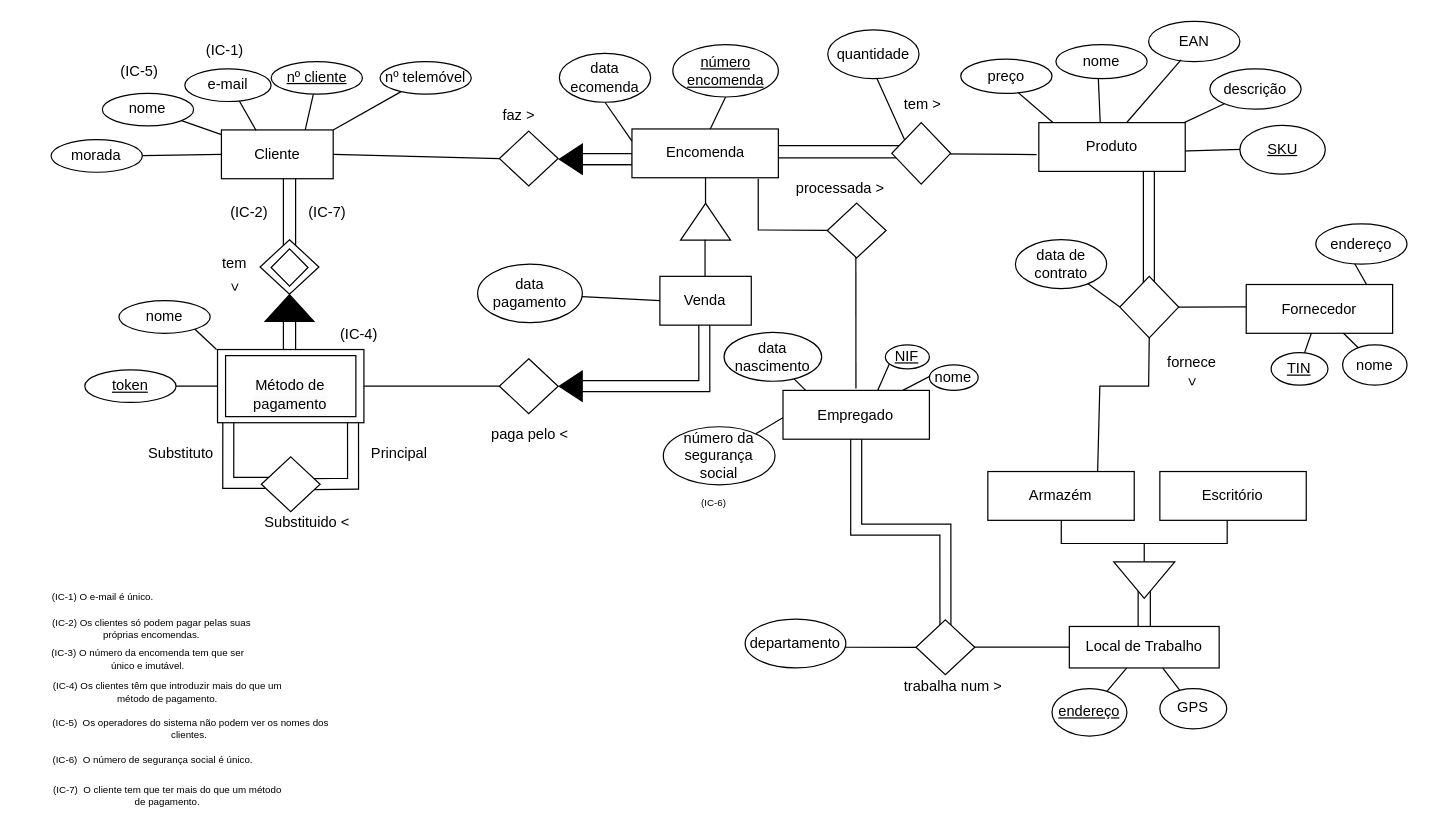
SamuelGoncalves8/Bd-project keeps this draw.io diagram as Diagrama sem nome.drawio. Above is the earlier version. Source tidied: cells renumbered, new cells numbered last; positions are measured from the earlier drawing's top-left corner, leaving out a move shared by most shapes. Both pictures are drawn from the tidied source at 122%, with x=0, y=0 at pixel (21, 21).
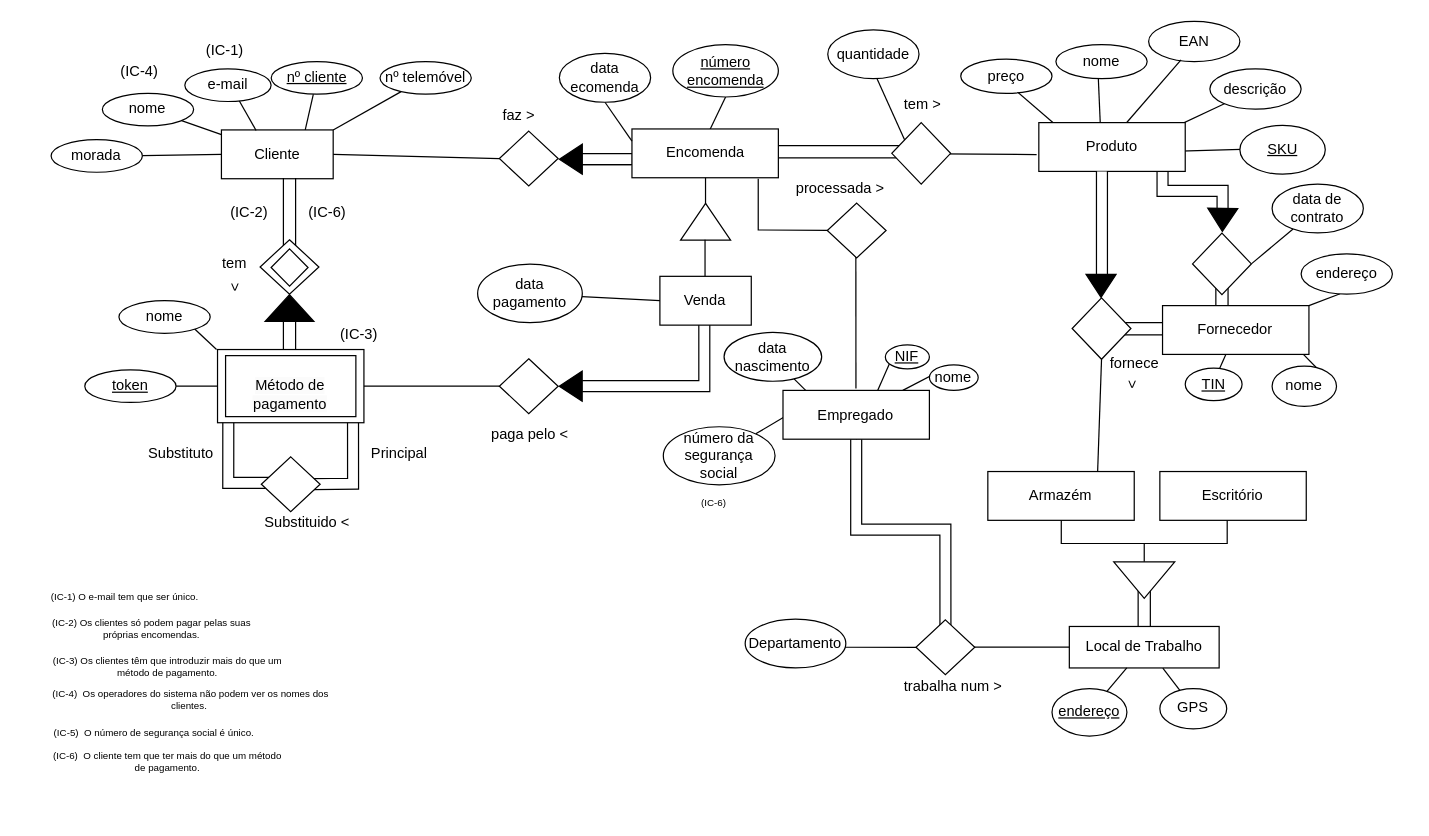
The same page after the edit.

The change refers to these unchanged cells:
```xml
<mxCell id="73" value="Armazém" style="rounded=0;whiteSpace=wrap;html=1;" parent="1" vertex="1">
  <mxGeometry x="792.2" y="369" width="120" height="40" as="geometry" />
</mxCell>
<mxCell id="122" value="Produto" style="rounded=0;whiteSpace=wrap;html=1;" parent="1" vertex="1">
  <mxGeometry x="834" y="83" width="120" height="40" as="geometry" />
</mxCell>
```

Diff of the diagram source:
```diff
@@
+    <mxCell id="130" style="shape=filledEdge;curved=0;rounded=0;fixDash=1;endArrow=none;strokeWidth=10;fillColor=#ffffff;edgeStyle=orthogonalEdgeStyle;html=1;entryX=0.845;entryY=0.944;entryDx=0;entryDy=0;entryPerimeter=0;" parent="1" edge="1" source="136" target="122">
+      <mxGeometry relative="1" as="geometry">
+        <Array as="points">
+          <mxPoint x="985" y="139" />
+          <mxPoint x="935" y="139" />
+        </Array>
+      </mxGeometry>
+    </mxCell>
+    <mxCell id="131" style="shape=partialRectangle;whiteSpace=wrap;html=1;left=0;right=0;fillColor=none;rotation=0;" parent="1" vertex="1">
+      <mxGeometry x="900" y="247" width="60" height="10" as="geometry" />
+    </mxCell>
+    <mxCell id="132" style="shape=partialRectangle;whiteSpace=wrap;html=1;left=0;right=0;fillColor=none;rotation=90;" parent="1" vertex="1">
+      <mxGeometry x="954.1" y="207" width="60" height="10" as="geometry" />
+    </mxCell>
+    <mxCell id="71" style="endArrow=none;html=1;rounded=0;entryX=0.952;entryY=0.97;entryDx=0;entryDy=0;entryPerimeter=0;exitX=0.743;exitY=0.127;exitDx=0;exitDy=0;exitPerimeter=0;" parent="1" edge="1" source="69" target="66">
+      <mxGeometry relative="1" as="geometry" />
+    </mxCell>
@@
-    <mxCell id="14" style="endArrow=none;html=1;rounded=0;entryX=0.834;entryY=0.064;entryDx=0;entryDy=0;entryPerimeter=0;exitX=0.427;exitY=0.991;exitDx=0;exitDy=0;exitPerimeter=0;" parent="1" edge="1" source="101" target="66">
+    <mxCell id="14" style="endArrow=none;html=1;rounded=0;entryX=1;entryY=0;entryDx=0;entryDy=0;exitX=0.427;exitY=0.991;exitDx=0;exitDy=0;exitPerimeter=0;" parent="1" edge="1" source="101" target="66">
       <mxGeometry relative="1" as="geometry" />
     </mxCell>
-    <mxCell id="15" style="shape=filledEdge;curved=0;rounded=0;fixDash=1;endArrow=none;strokeWidth=10;fillColor=#ffffff;edgeStyle=orthogonalEdgeStyle;html=1;entryX=0.493;entryY=0.065;entryDx=0;entryDy=0;entryPerimeter=0;" parent="1" edge="1" source="122" target="92">
-      <mxGeometry relative="1" as="geometry">
-        <Array as="points">
-          <mxPoint x="924" y="229" />
-        </Array>
-      </mxGeometry>
-    </mxCell>
@@
-    <mxCell id="42" value="&lt;div&gt;&lt;font style=&quot;font-size: 12px;&quot;&gt;(IC-4)&lt;/font&gt;&lt;/div&gt;" style="text;html=1;strokeColor=none;fillColor=none;align=center;verticalAlign=middle;whiteSpace=wrap;rounded=0;fontSize=8;" parent="1" vertex="1">
+    <mxCell id="42" value="&lt;div&gt;&lt;font style=&quot;font-size: 12px;&quot;&gt;(IC-3)&lt;/font&gt;&lt;/div&gt;" style="text;html=1;strokeColor=none;fillColor=none;align=center;verticalAlign=middle;whiteSpace=wrap;rounded=0;fontSize=8;" parent="1" vertex="1">
       <mxGeometry x="244.9" y="241" width="64.2" height="32" as="geometry" />
     </mxCell>
@@
     <mxCell id="66" value="Fornecedor" style="rounded=0;whiteSpace=wrap;html=1;" parent="1" vertex="1">
-      <mxGeometry x="1004" y="215.7" width="120" height="40" as="geometry" />
+      <mxGeometry x="935.4" y="233" width="120" height="40" as="geometry" />
     </mxCell>
-    <mxCell id="67" style="endArrow=none;html=1;rounded=0;exitX=1;exitY=0.5;exitDx=0;exitDy=0;" parent="1" edge="1" source="92">
-      <mxGeometry relative="1" as="geometry">
-        <mxPoint x="1004" y="234" as="targetPoint" />
-      </mxGeometry>
-    </mxCell>
     <mxCell id="68" value="&lt;div&gt;&amp;nbsp;fornece&lt;/div&gt;" style="text;html=1;strokeColor=none;fillColor=none;align=center;verticalAlign=middle;whiteSpace=wrap;rounded=0;rotation=0;" parent="1" vertex="1">
-      <mxGeometry x="928" y="265" width="60" height="30" as="geometry" />
+      <mxGeometry x="881.3" y="266" width="60" height="30" as="geometry" />
     </mxCell>
     <mxCell id="69" value="nome" style="ellipse;whiteSpace=wrap;html=1;" parent="1" vertex="1">
-      <mxGeometry x="1083" y="265.2" width="52.8" height="33" as="geometry" />
+      <mxGeometry x="1025.2" y="282.6" width="52.8" height="33" as="geometry" />
     </mxCell>
     <mxCell id="70" value="TIN" style="ellipse;whiteSpace=wrap;html=1;fontStyle=4;" parent="1" vertex="1">
-      <mxGeometry x="1024.4" y="271.5" width="46.6" height="26.7" as="geometry" />
+      <mxGeometry x="954" y="284.2" width="46.6" height="26.7" as="geometry" />
     </mxCell>
-    <mxCell id="71" style="endArrow=none;html=1;rounded=0;" parent="1" edge="1" source="69" target="66">
-      <mxGeometry relative="1" as="geometry" />
-    </mxCell>
@@
     <mxCell id="74" value="data de contrato" style="ellipse;whiteSpace=wrap;html=1;" parent="1" vertex="1">
-      <mxGeometry x="814.8" y="179" width="74.8" height="40" as="geometry" />
+      <mxGeometry x="1025.2" y="133.4" width="74.8" height="40" as="geometry" />
     </mxCell>
-    <mxCell id="75" style="endArrow=none;html=1;rounded=0;entryX=0;entryY=0.5;entryDx=0;entryDy=0;" parent="1" edge="1" source="74" target="92">
+    <mxCell id="75" style="endArrow=none;html=1;rounded=0;entryX=1;entryY=0.5;entryDx=0;entryDy=0;" parent="1" edge="1" source="74" target="92">
       <mxGeometry relative="1" as="geometry" />
     </mxCell>
@@
-    <mxCell id="77" value="&lt;div&gt;(IC-1) O e-mail é único.&lt;/div&gt;" style="text;html=1;strokeColor=none;fillColor=none;align=center;verticalAlign=middle;whiteSpace=wrap;rounded=0;fontSize=8;" parent="1" vertex="1">
-      <mxGeometry y="457" width="134" height="30" as="geometry" />
+    <mxCell id="77" value="&lt;div&gt;(IC-1) O e-mail tem que ser único.&lt;/div&gt;" style="text;html=1;strokeColor=none;fillColor=none;align=center;verticalAlign=middle;whiteSpace=wrap;rounded=0;fontSize=8;" parent="1" vertex="1">
+      <mxGeometry x="18" y="457" width="134" height="30" as="geometry" />
     </mxCell>
-    <mxCell id="78" value="&lt;div&gt;(IC-5)&amp;nbsp; Os operadores do sistema não podem ver os nomes dos clientes.&amp;nbsp;&lt;/div&gt;" style="text;html=1;strokeColor=none;fillColor=none;align=center;verticalAlign=middle;whiteSpace=wrap;rounded=0;fontSize=8;" parent="1" vertex="1">
-      <mxGeometry x="22.6" y="565" width="232" height="30" as="geometry" />
+    <mxCell id="78" value="&lt;div&gt;(IC-4)&amp;nbsp; Os operadores do sistema não podem ver os nomes dos clientes.&amp;nbsp;&lt;/div&gt;" style="text;html=1;strokeColor=none;fillColor=none;align=center;verticalAlign=middle;whiteSpace=wrap;rounded=0;fontSize=8;" parent="1" vertex="1">
+      <mxGeometry x="22.6" y="541" width="232" height="30" as="geometry" />
     </mxCell>
-    <mxCell id="79" value="&lt;div&gt;(IC-4) Os clientes têm que introduzir mais do que um método de pagamento.&lt;/div&gt;" style="text;html=1;strokeColor=none;fillColor=none;align=center;verticalAlign=middle;whiteSpace=wrap;rounded=0;fontSize=8;" parent="1" vertex="1">
-      <mxGeometry x="23" y="535" width="193.5" height="30" as="geometry" />
+    <mxCell id="79" value="&lt;div&gt;(IC-3) Os clientes têm que introduzir mais do que um método de pagamento.&lt;/div&gt;" style="text;html=1;strokeColor=none;fillColor=none;align=center;verticalAlign=middle;whiteSpace=wrap;rounded=0;fontSize=8;" parent="1" vertex="1">
+      <mxGeometry x="23" y="514" width="193.5" height="30" as="geometry" />
     </mxCell>
-    <mxCell id="80" value="&lt;div&gt;(IC-3) O número da encomenda tem que ser único e imutável.&lt;/div&gt;" style="text;html=1;strokeColor=none;fillColor=none;align=center;verticalAlign=middle;whiteSpace=wrap;rounded=0;fontSize=8;" parent="1" vertex="1">
-      <mxGeometry x="13.8" y="508" width="180" height="30" as="geometry" />
-    </mxCell>
@@
-    <mxCell id="82" value="&lt;div&gt;(IC-6)&amp;nbsp; O número de segurança social é único.&lt;/div&gt;" style="text;html=1;strokeColor=none;fillColor=none;align=center;verticalAlign=middle;whiteSpace=wrap;rounded=0;fontSize=8;" parent="1" vertex="1">
-      <mxGeometry x="11" y="590" width="193.5" height="30" as="geometry" />
+    <mxCell id="82" value="&lt;div&gt;(IC-5)&amp;nbsp; O número de segurança social é único.&lt;/div&gt;" style="text;html=1;strokeColor=none;fillColor=none;align=center;verticalAlign=middle;whiteSpace=wrap;rounded=0;fontSize=8;" parent="1" vertex="1">
+      <mxGeometry x="12" y="568" width="193.5" height="30" as="geometry" />
     </mxCell>
@@
-    <mxCell id="92" style="rhombus;whiteSpace=wrap;html=1;" parent="1" vertex="1">
-      <mxGeometry x="900.4" y="209" width="48.2" height="50.4" as="geometry" />
-    </mxCell>
@@
     <mxCell id="101" value="endereço" style="ellipse;whiteSpace=wrap;html=1;" parent="1" vertex="1">
-      <mxGeometry x="1061" y="166" width="74.8" height="33" as="geometry" />
+      <mxGeometry x="1049" y="190.6" width="74.8" height="33" as="geometry" />
     </mxCell>
@@
-    <mxCell id="116" value="departamento" style="ellipse;whiteSpace=wrap;html=1;" parent="1" vertex="1">
+    <mxCell id="116" value="Departamento" style="ellipse;whiteSpace=wrap;html=1;" parent="1" vertex="1">
       <mxGeometry x="593.3" y="490" width="82.5" height="40" as="geometry" />
     </mxCell>
@@
-    <mxCell id="123" value="&lt;div&gt;&lt;font style=&quot;font-size: 12px;&quot;&gt;(IC-5)&lt;/font&gt;&lt;/div&gt;" style="text;html=1;strokeColor=none;fillColor=none;align=center;verticalAlign=middle;whiteSpace=wrap;rounded=0;fontSize=8;" parent="1" vertex="1">
+    <mxCell id="123" value="&lt;div&gt;&lt;font style=&quot;font-size: 12px;&quot;&gt;(IC-4)&lt;/font&gt;&lt;/div&gt;" style="text;html=1;strokeColor=none;fillColor=none;align=center;verticalAlign=middle;whiteSpace=wrap;rounded=0;fontSize=8;" parent="1" vertex="1">
       <mxGeometry x="66.8" y="25.5" width="60" height="30" as="geometry" />
     </mxCell>
@@
-    <mxCell id="125" style="endArrow=none;html=1;rounded=0;exitX=0.5;exitY=1;exitDx=0;exitDy=0;entryX=0.75;entryY=0;entryDx=0;entryDy=0;" parent="1" edge="1" source="92" target="73">
-      <mxGeometry relative="1" as="geometry">
-        <Array as="points">
-          <mxPoint x="924" y="299" />
-          <mxPoint x="884" y="299" />
-        </Array>
-      </mxGeometry>
-    </mxCell>
     <mxCell id="126" value="&amp;lt;" style="text;html=1;strokeColor=none;fillColor=none;align=center;verticalAlign=middle;whiteSpace=wrap;rounded=0;rotation=-90;" parent="1" vertex="1">
-      <mxGeometry x="930.6" y="281.3" width="60" height="30" as="geometry" />
+      <mxGeometry x="880.3" y="282.6" width="60" height="30" as="geometry" />
     </mxCell>
@@
-    <mxCell id="128" value="(IC-7)" style="text;html=1;strokeColor=none;fillColor=none;align=center;verticalAlign=middle;whiteSpace=wrap;rounded=0;rotation=0;" parent="1" vertex="1">
+    <mxCell id="128" value="(IC-6)" style="text;html=1;strokeColor=none;fillColor=none;align=center;verticalAlign=middle;whiteSpace=wrap;rounded=0;rotation=0;" parent="1" vertex="1">
       <mxGeometry x="220.8" y="141.6" width="60" height="30" as="geometry" />
     </mxCell>
-    <mxCell id="129" value="&lt;div&gt;(IC-7)&amp;nbsp; O cliente tem que ter mais do que um método de pagamento.&lt;/div&gt;" style="text;html=1;strokeColor=none;fillColor=none;align=center;verticalAlign=middle;whiteSpace=wrap;rounded=0;fontSize=8;" parent="1" vertex="1">
-      <mxGeometry x="22.6" y="620" width="193.5" height="30" as="geometry" />
+    <mxCell id="129" value="&lt;div&gt;(IC-6)&amp;nbsp; O cliente tem que ter mais do que um método de pagamento.&lt;/div&gt;" style="text;html=1;strokeColor=none;fillColor=none;align=center;verticalAlign=middle;whiteSpace=wrap;rounded=0;fontSize=8;" parent="1" vertex="1">
+      <mxGeometry x="22.6" y="592" width="193.5" height="30" as="geometry" />
     </mxCell>
+    <mxCell id="92" style="rhombus;whiteSpace=wrap;html=1;" parent="1" vertex="1">
+      <mxGeometry x="960" y="173.6" width="48.2" height="50.4" as="geometry" />
+    </mxCell>
+    <mxCell id="133" style="shape=filledEdge;curved=0;rounded=0;fixDash=1;endArrow=none;strokeWidth=10;fillColor=#ffffff;edgeStyle=orthogonalEdgeStyle;html=1;" parent="1" edge="1" source="122" target="135">
+      <mxGeometry relative="1" as="geometry">
+        <Array as="points">
+          <mxPoint x="884" y="119" />
+          <mxPoint x="884" y="119" />
+        </Array>
+      </mxGeometry>
+    </mxCell>
+    <mxCell id="134" style="rhombus;whiteSpace=wrap;html=1;" parent="1" vertex="1">
+      <mxGeometry x="861.3" y="226.6" width="48.2" height="50.4" as="geometry" />
+    </mxCell>
+    <mxCell id="135" style="triangle;whiteSpace=wrap;html=1;rotation=90;fillColor=#000000;" parent="1" vertex="1">
+      <mxGeometry x="875.6" y="204.5" width="18.8" height="24.6" as="geometry" />
+    </mxCell>
+    <mxCell id="136" style="triangle;whiteSpace=wrap;html=1;rotation=91;fillColor=#000000;" parent="1" vertex="1">
+      <mxGeometry x="975.2" y="150.4" width="18.8" height="24.6" as="geometry" />
+    </mxCell>
+    <mxCell id="137" style="endArrow=none;html=1;rounded=0;entryX=0.75;entryY=0;entryDx=0;entryDy=0;exitX=0.5;exitY=1;exitDx=0;exitDy=0;" parent="1" edge="1" source="134" target="73">
+      <mxGeometry relative="1" as="geometry" />
+    </mxCell>
```
